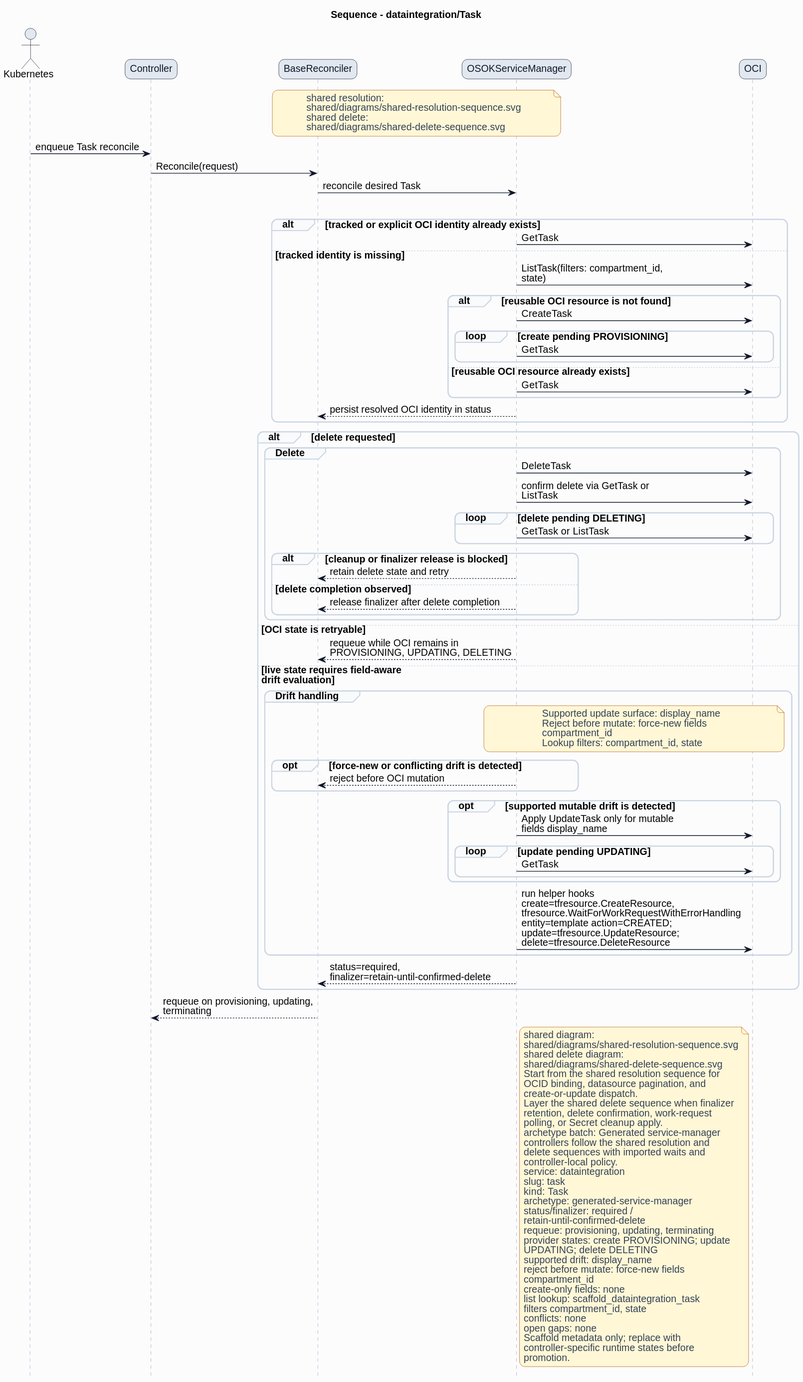
The PlantUML diagram formal/controllers/dataintegration/task/diagrams/sequence.svg in HaoyL666/oci-service-operator, before a commit. Its diagram source:
```plantuml
@startuml
skinparam shadowing false
skinparam backgroundColor #fcfcfd
skinparam defaultFontName Helvetica
skinparam defaultFontSize 14
skinparam arrowColor #0f172a
skinparam noteBackgroundColor #fff7d6
skinparam noteBorderColor #b45309
skinparam noteFontColor #334155
skinparam roundcorner 16
title Sequence - dataintegration/Task
hide footbox
skinparam sequence {
  actorBorderColor #0f172a
  actorBackgroundColor #e2e8f0
  participantBorderColor #0f172a
  participantBackgroundColor #e2e8f0
  participantFontColor #0f172a
  lifeLineBorderColor #94a3b8
  groupBorderColor #cbd5e1
  groupBackgroundColor #f8fafc
}
actor Kubernetes
participant Controller
participant BaseReconciler
participant "OSOKServiceManager" as ServiceManager
participant OCI
note over BaseReconciler,ServiceManager
shared resolution:
shared/diagrams/shared-resolution-sequence.svg
shared delete:
shared/diagrams/shared-delete-sequence.svg
end note
Kubernetes -> Controller: enqueue Task reconcile
Controller -> BaseReconciler: Reconcile(request)
BaseReconciler -> ServiceManager: reconcile desired Task
group Lookup and bind
alt tracked or explicit OCI identity already exists
ServiceManager -> OCI: GetTask
else tracked identity is missing
ServiceManager -> OCI: ListTask(filters: compartment_id,\nstate)
alt reusable OCI resource is not found
ServiceManager -> OCI: CreateTask
loop create pending PROVISIONING
ServiceManager -> OCI: GetTask
end
else reusable OCI resource already exists
ServiceManager -> OCI: GetTask
end
ServiceManager --> BaseReconciler: persist resolved OCI identity in status
end
alt delete requested
group Delete
ServiceManager -> OCI: DeleteTask
ServiceManager -> OCI: confirm delete via GetTask or\nListTask
loop delete pending DELETING
ServiceManager -> OCI: GetTask or ListTask
end
alt cleanup or finalizer release is blocked
ServiceManager --> BaseReconciler: retain delete state and retry
else delete completion observed
ServiceManager --> BaseReconciler: release finalizer after delete completion
end
end
else OCI state is retryable
ServiceManager --> BaseReconciler: requeue while OCI remains in\nPROVISIONING, UPDATING, DELETING
else live state requires field-aware\ndrift evaluation
group Drift handling
note over ServiceManager,OCI
Supported update surface: display_name
Reject before mutate: force-new fields
compartment_id
Lookup filters: compartment_id, state
end note
opt force-new or conflicting drift is detected
ServiceManager --> BaseReconciler: reject before OCI mutation
end
opt supported mutable drift is detected
ServiceManager -> OCI: Apply UpdateTask only for mutable\nfields display_name
loop update pending UPDATING
ServiceManager -> OCI: GetTask
end
end
ServiceManager -> OCI: run helper hooks\ncreate=tfresource.CreateResource,\ntfresource.WaitForWorkRequestWithErrorHandling\nentity=template action=CREATED;\nupdate=tfresource.UpdateResource;\ndelete=tfresource.DeleteResource
end
ServiceManager --> BaseReconciler: status=required,\nfinalizer=retain-until-confirmed-delete
end
BaseReconciler --> Controller: requeue on provisioning, updating,\nterminating
note right of ServiceManager
shared diagram:
shared/diagrams/shared-resolution-sequence.svg
shared delete diagram:
shared/diagrams/shared-delete-sequence.svg
Start from the shared resolution sequence for
OCID binding, datasource pagination, and
create-or-update dispatch.
Layer the shared delete sequence when finalizer
retention, delete confirmation, work-request
polling, or Secret cleanup apply.
archetype batch: Generated service-manager
controllers follow the shared resolution and
delete sequences with imported waits and
controller-local policy.
service: dataintegration
slug: task
kind: Task
archetype: generated-service-manager
status/finalizer: required /
retain-until-confirmed-delete
requeue: provisioning, updating, terminating
provider states: create PROVISIONING; update
UPDATING; delete DELETING
supported drift: display_name
reject before mutate: force-new fields
compartment_id
create-only fields: none
list lookup: scaffold_dataintegration_task
filters compartment_id, state
conflicts: none
open gaps: none
Scaffold metadata only; replace with
controller-specific runtime states before
promotion.
end note
@enduml
```
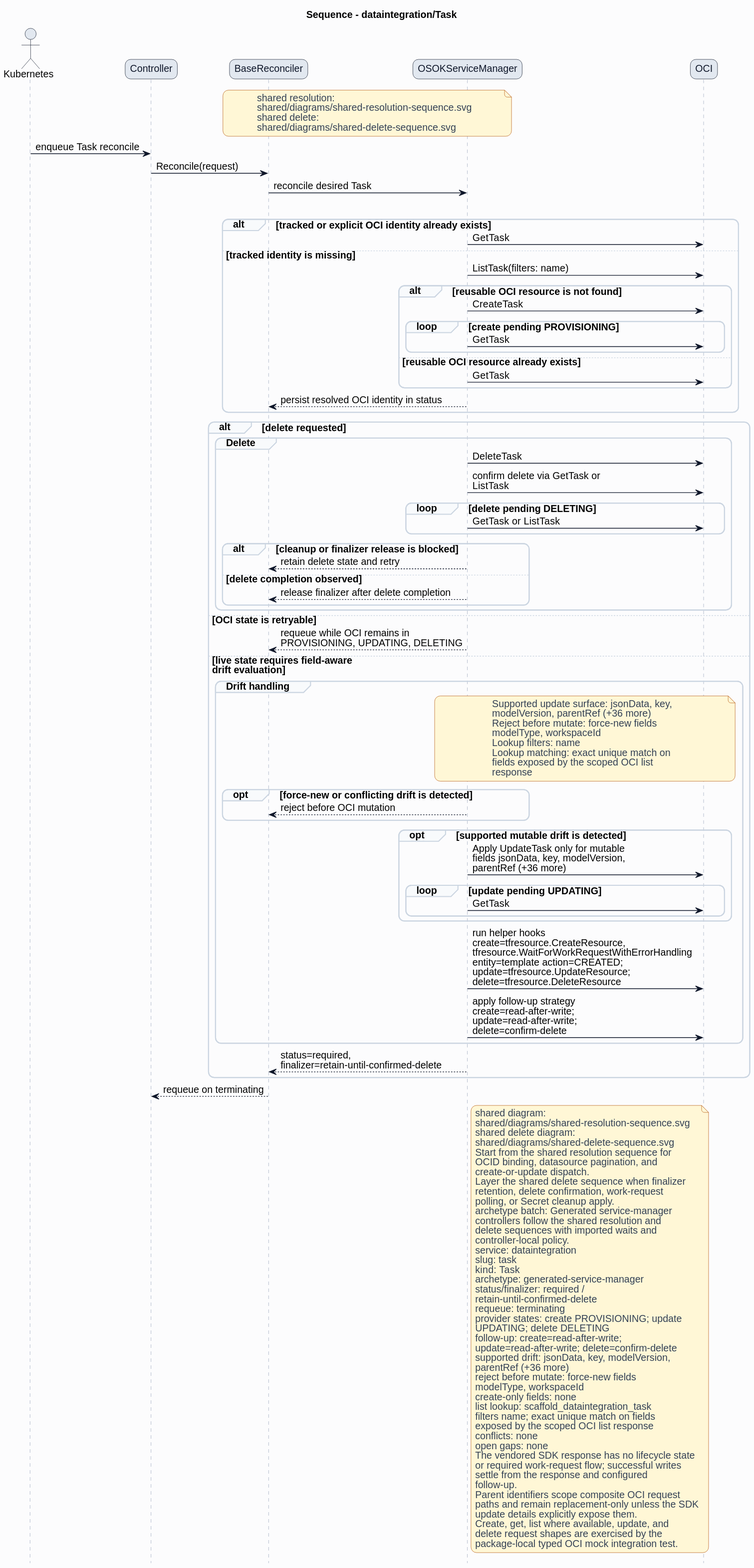
The same diagram one commit later.

Change to the diagram source:
```diff
@@ -38,7 +38,7 @@
 alt tracked or explicit OCI identity already exists
 ServiceManager -> OCI: GetTask
 else tracked identity is missing
-ServiceManager -> OCI: ListTask(filters: compartment_id,\nstate)
+ServiceManager -> OCI: ListTask(filters: name)
 alt reusable OCI resource is not found
 ServiceManager -> OCI: CreateTask
 loop create pending PROVISIONING
@@ -67,25 +67,30 @@
 else live state requires field-aware\ndrift evaluation
 group Drift handling
 note over ServiceManager,OCI
-Supported update surface: display_name
+Supported update surface: jsonData, key,
+modelVersion, parentRef (+36 more)
 Reject before mutate: force-new fields
-compartment_id
-Lookup filters: compartment_id, state
+modelType, workspaceId
+Lookup filters: name
+Lookup matching: exact unique match on
+fields exposed by the scoped OCI list
+response
 end note
 opt force-new or conflicting drift is detected
 ServiceManager --> BaseReconciler: reject before OCI mutation
 end
 opt supported mutable drift is detected
-ServiceManager -> OCI: Apply UpdateTask only for mutable\nfields display_name
+ServiceManager -> OCI: Apply UpdateTask only for mutable\nfields jsonData, key, modelVersion,\nparentRef (+36 more)
 loop update pending UPDATING
 ServiceManager -> OCI: GetTask
 end
 end
 ServiceManager -> OCI: run helper hooks\ncreate=tfresource.CreateResource,\ntfresource.WaitForWorkRequestWithErrorHandling\nentity=template action=CREATED;\nupdate=tfresource.UpdateResource;\ndelete=tfresource.DeleteResource
+ServiceManager -> OCI: apply follow-up strategy\ncreate=read-after-write;\nupdate=read-after-write;\ndelete=confirm-delete
 end
 ServiceManager --> BaseReconciler: status=required,\nfinalizer=retain-until-confirmed-delete
 end
-BaseReconciler --> Controller: requeue on provisioning, updating,\nterminating
+BaseReconciler --> Controller: requeue on terminating
 note right of ServiceManager
 shared diagram:
 shared/diagrams/shared-resolution-sequence.svg
@@ -107,19 +112,30 @@
 archetype: generated-service-manager
 status/finalizer: required /
 retain-until-confirmed-delete
-requeue: provisioning, updating, terminating
+requeue: terminating
 provider states: create PROVISIONING; update
 UPDATING; delete DELETING
-supported drift: display_name
+follow-up: create=read-after-write;
+update=read-after-write; delete=confirm-delete
+supported drift: jsonData, key, modelVersion,
+parentRef (+36 more)
 reject before mutate: force-new fields
-compartment_id
+modelType, workspaceId
 create-only fields: none
 list lookup: scaffold_dataintegration_task
-filters compartment_id, state
+filters name; exact unique match on fields
+exposed by the scoped OCI list response
 conflicts: none
 open gaps: none
-Scaffold metadata only; replace with
-controller-specific runtime states before
-promotion.
+The vendored SDK response has no lifecycle state
+or required work-request flow; successful writes
+settle from the response and configured
+follow-up.
+Parent identifiers scope composite OCI request
+paths and remain replacement-only unless the SDK
+update details explicitly expose them.
+Create, get, list where available, update, and
+delete request shapes are exercised by the
+package-local typed OCI mock integration test.
 end note
 @enduml
```
